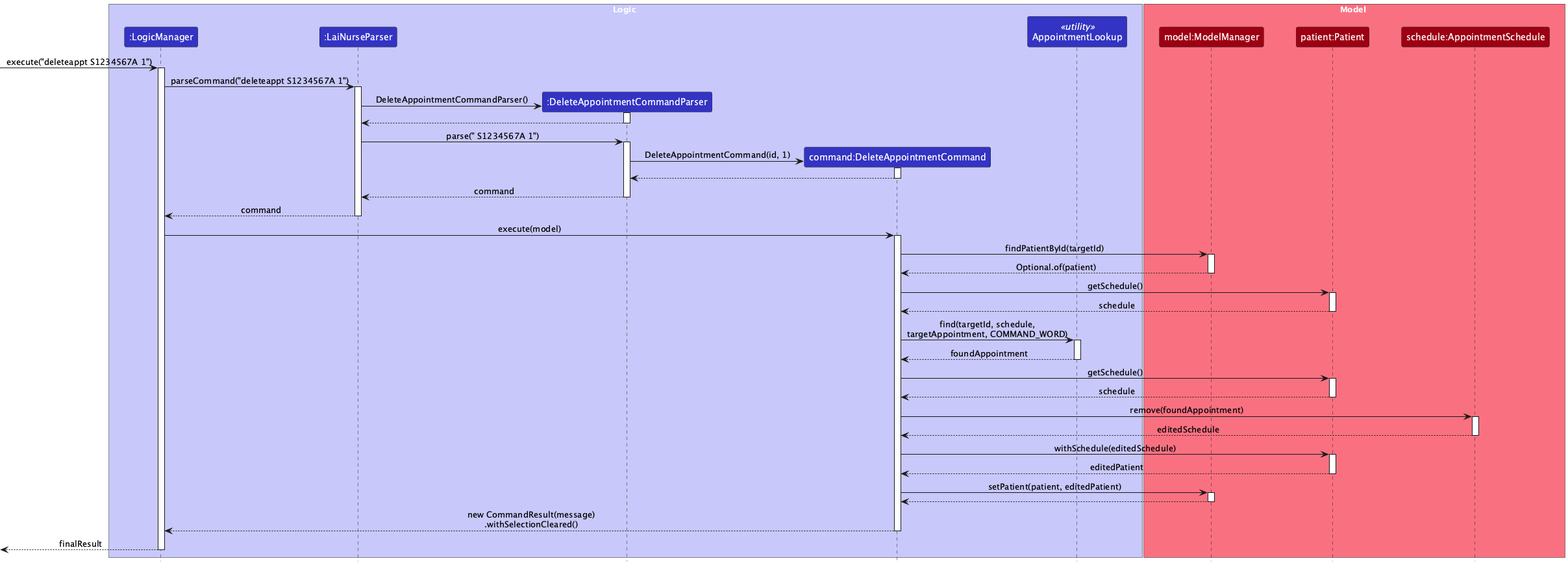
Before: docs/images/DeleteAppointmentSequenceDiagram.png, a diagram exported from PlantUML (Bruhmiuz/teePee).
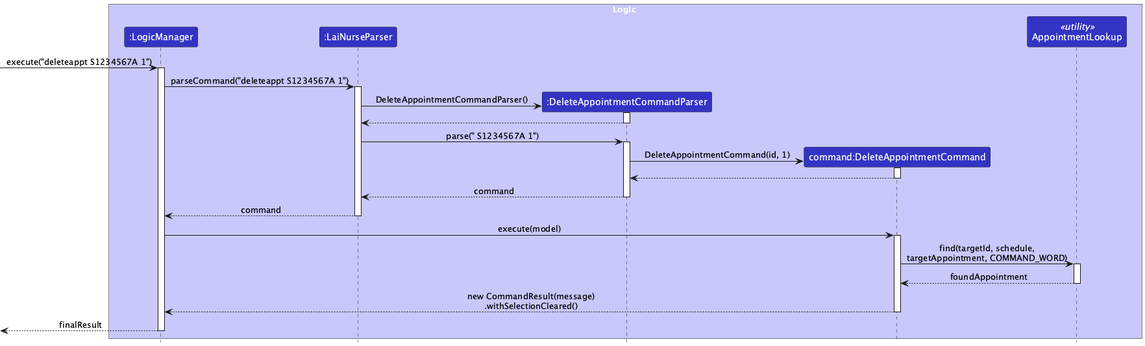
Above is the later version.

Commit message:
Remove model details

The edit, as a diff of the source:
```diff
@@ -8,12 +8,6 @@
 participant ":DeleteAppointmentCommandParser" as DeleteAppointmentCommandParser LOGIC_COLOR
 participant "command:DeleteAppointmentCommand" as DeleteAppointmentCommand LOGIC_COLOR
 participant "AppointmentLookup" as AppointmentLookup <<utility>> LOGIC_COLOR
-end box
-
-box Model MODEL_COLOR_T1
-participant "model:ModelManager" as Model MODEL_COLOR
-participant "patient:Patient" as Patient MODEL_COLOR
-participant "schedule:AppointmentSchedule" as Schedule MODEL_COLOR
 end box
 
 [-> LogicManager : execute("deleteappt S1234567A 1")
@@ -48,47 +42,11 @@
 LogicManager -> DeleteAppointmentCommand : execute(model)
 activate DeleteAppointmentCommand
 
-DeleteAppointmentCommand -> Model : findPatientById(targetId)
-activate Model
-
-Model --> DeleteAppointmentCommand : Optional.of(patient)
-deactivate Model
-
-DeleteAppointmentCommand -> Patient : getSchedule()
-activate Patient
-
-Patient --> DeleteAppointmentCommand : schedule
-deactivate Patient
-
 DeleteAppointmentCommand -> AppointmentLookup : find(targetId, schedule,\ntargetAppointment, COMMAND_WORD)
 activate AppointmentLookup
 
 AppointmentLookup --> DeleteAppointmentCommand : foundAppointment
 deactivate AppointmentLookup
-
-DeleteAppointmentCommand -> Patient : getSchedule()
-activate Patient
-
-Patient --> DeleteAppointmentCommand : schedule
-deactivate Patient
-
-DeleteAppointmentCommand -> Schedule : remove(foundAppointment)
-activate Schedule
-
-Schedule --> DeleteAppointmentCommand : editedSchedule
-deactivate Schedule
-
-DeleteAppointmentCommand -> Patient : withSchedule(editedSchedule)
-activate Patient
-
-Patient --> DeleteAppointmentCommand : editedPatient
-deactivate Patient
-
-DeleteAppointmentCommand -> Model : setPatient(patient, editedPatient)
-activate Model
-
-Model --> DeleteAppointmentCommand
-deactivate Model
 
 DeleteAppointmentCommand --> LogicManager : new CommandResult(message)\n.withSelectionCleared()
 deactivate DeleteAppointmentCommand
```
